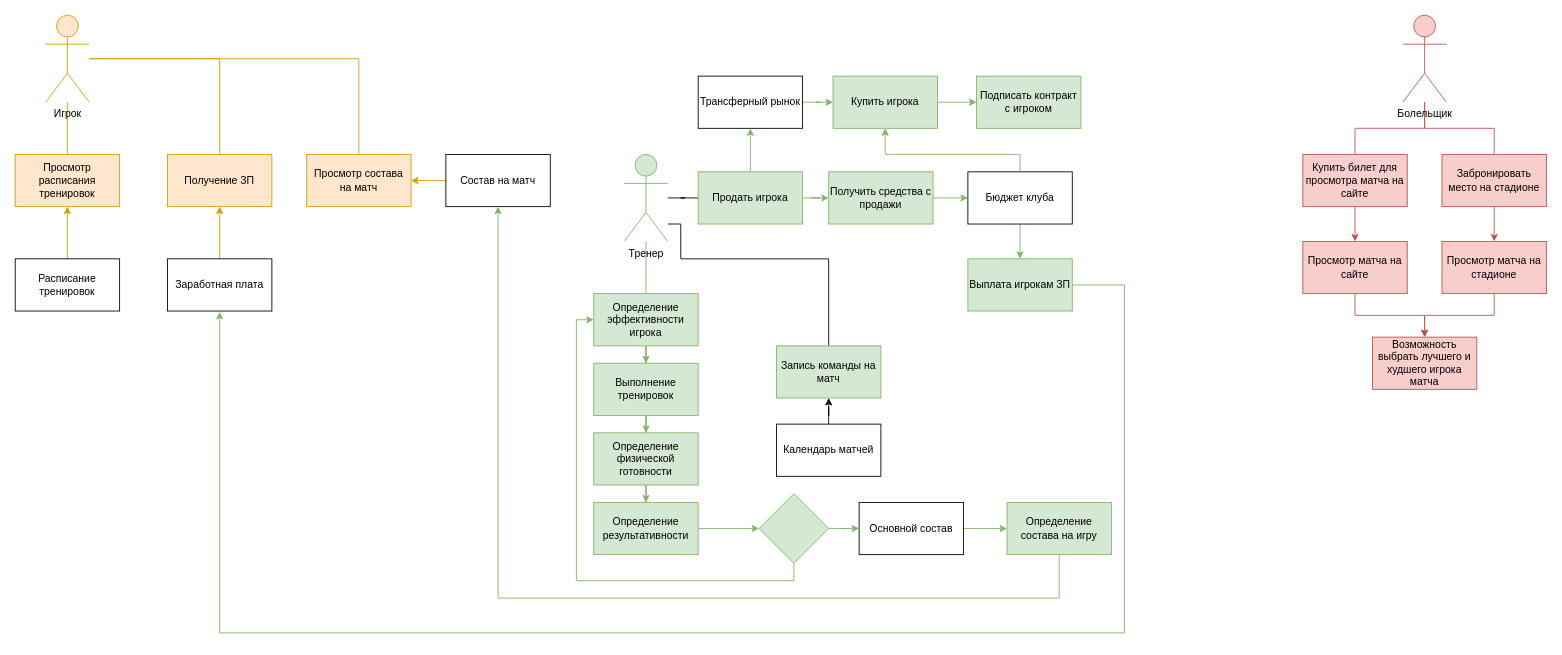
Before: Controllers/PROFOOTBALL_V1.2.drawio in Alexsander996/football, a draw.io diagram. Source tidied: cells renumbered, new cells numbered last; positions are measured from the earlier drawing's top-left corner, leaving out a move shared by most shapes. Both pictures are drawn from the tidied source at 87%, with x=0, y=0 at pixel (15, 15).
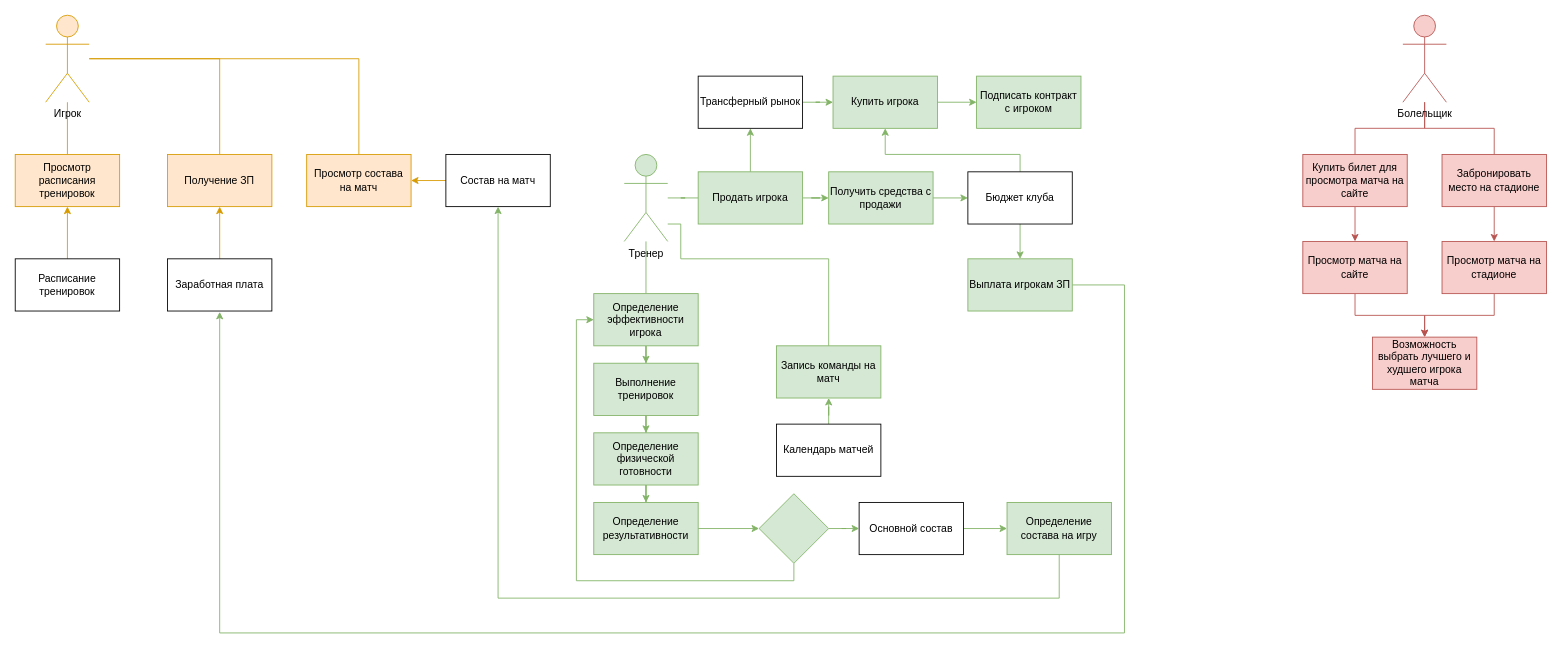
After the change.

Unchanged cells that the change refers to:
```xml
<mxCell id="18" value="Тренер" style="shape=umlActor;verticalLabelPosition=bottom;verticalAlign=top;html=1;outlineConnect=0;fillColor=#d5e8d4;strokeColor=#82b366;" parent="1" vertex="1">
  <mxGeometry x="700" y="160" width="50" height="100" as="geometry" />
</mxCell>
<mxCell id="25" value="Запись команды на матч" style="rounded=0;whiteSpace=wrap;html=1;fillColor=#d5e8d4;strokeColor=#82b366;" parent="1" vertex="1">
  <mxGeometry x="875" y="380" width="120" height="60" as="geometry" />
</mxCell>
<mxCell id="40" value="Продать игрока" style="rounded=0;whiteSpace=wrap;html=1;fillColor=#d5e8d4;strokeColor=#82b366;" parent="1" vertex="1">
  <mxGeometry x="785" y="180" width="120" height="60" as="geometry" />
</mxCell>
<mxCell id="54" value="Календарь матчей" style="rounded=0;whiteSpace=wrap;html=1;" parent="1" vertex="1">
  <mxGeometry x="875" y="470" width="120" height="60" as="geometry" />
</mxCell>
```

What changed in the source:
```diff
@@
-    <mxCell id="16" style="edgeStyle=orthogonalEdgeStyle;rounded=0;jettySize=auto;html=1;entryX=0;entryY=0.5;entryDx=0;entryDy=0;endArrow=none;endFill=0;" parent="1" edge="1" source="18" target="40">
+    <mxCell id="16" style="edgeStyle=orthogonalEdgeStyle;rounded=0;jettySize=auto;html=1;entryX=0;entryY=0.5;entryDx=0;entryDy=0;endArrow=none;endFill=0;fillColor=#d5e8d4;strokeColor=#82b366;" parent="1" edge="1" source="18" target="40">
       <mxGeometry relative="1" as="geometry" />
     </mxCell>
-    <mxCell id="17" style="edgeStyle=orthogonalEdgeStyle;rounded=0;jettySize=auto;html=1;endArrow=none;endFill=0;entryX=0.5;entryY=0;entryDx=0;entryDy=0;" parent="1" edge="1" source="18" target="25">
+    <mxCell id="17" style="edgeStyle=orthogonalEdgeStyle;rounded=0;jettySize=auto;html=1;endArrow=none;endFill=0;entryX=0.5;entryY=0;entryDx=0;entryDy=0;fillColor=#d5e8d4;strokeColor=#82b366;" parent="1" edge="1" source="18" target="25">
       <mxGeometry relative="1" as="geometry">
         <Array as="points">
           <mxPoint x="765" y="240" />
           <mxPoint x="765" y="280" />
           <mxPoint x="935" y="280" />
         </Array>
       </mxGeometry>
     </mxCell>
@@
-    <mxCell id="53" style="edgeStyle=orthogonalEdgeStyle;rounded=0;jettySize=auto;html=1;entryX=0.5;entryY=1;entryDx=0;entryDy=0;endArrow=classic;endFill=1;" parent="1" edge="1" source="54" target="25">
+    <mxCell id="53" style="edgeStyle=orthogonalEdgeStyle;rounded=0;jettySize=auto;html=1;entryX=0.5;entryY=1;entryDx=0;entryDy=0;endArrow=classic;endFill=1;fillColor=#d5e8d4;strokeColor=#82b366;" parent="1" edge="1" source="54" target="25">
       <mxGeometry relative="1" as="geometry" />
     </mxCell>
```
